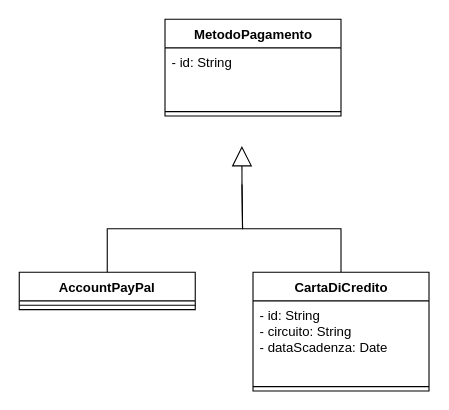
Earlier version of the draw.io diagram Diagrammi_UML/Metodo_Pagamento.drawio (JosephBoom02/Progetto_Ingegneria_del_Software). Source tidied: cells renumbered, new cells numbered last; positions are measured from the earlier drawing's top-left corner, leaving out a move shared by most shapes. Both pictures are drawn from the tidied source at 110%, with x=0, y=0 at pixel (19, 19).
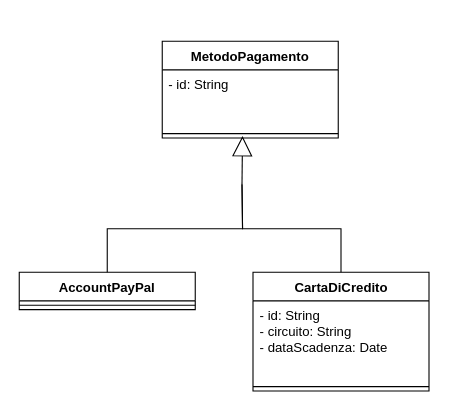
After the change.

What changed in the source:
```diff
@@
 <mxGraphModel>
   <root>
     <mxCell id="0" />
     <mxCell id="1" parent="0" />
     <mxCell id="2" value="MetodoPagamento" style="swimlane;fontStyle=1;align=center;verticalAlign=top;horizontal=1;startSize=26;whiteSpace=wrap;html=1;" parent="1" vertex="1">
-      <mxGeometry x="132.5" width="160" height="88" as="geometry" />
+      <mxGeometry x="130" y="20" width="160" height="88" as="geometry" />
     </mxCell>
     <mxCell id="3" value="&lt;div&gt;- id: String&lt;/div&gt;&lt;div&gt;&lt;br&gt;&lt;/div&gt;" style="text;strokeColor=none;fillColor=none;align=left;verticalAlign=top;spacingLeft=4;spacingRight=4;overflow=hidden;whiteSpace=wrap;html=1;" parent="2" vertex="1">
       <mxGeometry y="26" width="160" height="54" as="geometry" />
     </mxCell>
     <mxCell id="4" style="line;strokeWidth=1;fillColor=none;align=left;verticalAlign=middle;spacingTop=-1;spacingLeft=3;spacingRight=3;labelPosition=right;points=[];portConstraint=eastwest;strokeColor=inherit;" parent="2" vertex="1">
       <mxGeometry y="80" width="160" height="8" as="geometry" />
     </mxCell>
     <mxCell id="5" value="AccountPayPal" style="swimlane;fontStyle=1;align=center;verticalAlign=top;horizontal=1;startSize=26;whiteSpace=wrap;html=1;" parent="1" vertex="1">
       <mxGeometry y="230" width="160" height="34" as="geometry" />
     </mxCell>
     <mxCell id="6" style="line;strokeWidth=1;fillColor=none;align=left;verticalAlign=middle;spacingTop=-1;spacingLeft=3;spacingRight=3;labelPosition=right;strokeColor=inherit;" parent="5" vertex="1">
       <mxGeometry y="26" width="160" height="8" as="geometry" />
     </mxCell>
     <mxCell id="7" value="CartaDiCredito" style="swimlane;fontStyle=1;align=center;verticalAlign=top;horizontal=1;startSize=26;whiteSpace=wrap;html=1;" parent="1" vertex="1">
       <mxGeometry x="212.5" y="230" width="160" height="108" as="geometry" />
     </mxCell>
     <mxCell id="8" value="&lt;div&gt;- id: String&lt;/div&gt;&lt;div&gt;- circuito: String&lt;/div&gt;&lt;div&gt;- dataScadenza: Date&lt;br&gt;&lt;/div&gt;&lt;div&gt;&lt;br&gt;&lt;/div&gt;" style="text;strokeColor=none;fillColor=none;align=left;verticalAlign=top;spacingLeft=4;spacingRight=4;overflow=hidden;whiteSpace=wrap;html=1;" parent="7" vertex="1">
       <mxGeometry y="26" width="160" height="74" as="geometry" />
     </mxCell>
     <mxCell id="9" style="line;strokeWidth=1;fillColor=none;align=left;verticalAlign=middle;spacingTop=-1;spacingLeft=3;spacingRight=3;labelPosition=right;strokeColor=inherit;" parent="7" vertex="1">
       <mxGeometry y="100" width="160" height="8" as="geometry" />
     </mxCell>
     <mxCell id="10" style="endArrow=none;html=1;rounded=0;edgeStyle=orthogonalEdgeStyle;exitX=0.5;exitY=0;exitDx=0;exitDy=0;" parent="1" edge="1" source="5">
       <mxGeometry relative="1" as="geometry">
         <mxPoint x="202.5" y="150" as="targetPoint" />
       </mxGeometry>
     </mxCell>
     <mxCell id="11" style="endArrow=none;html=1;rounded=0;edgeStyle=orthogonalEdgeStyle;exitX=0.5;exitY=0;exitDx=0;exitDy=0;" parent="1" edge="1" source="7">
       <mxGeometry relative="1" as="geometry">
         <mxPoint x="202.5" y="150" as="targetPoint" />
       </mxGeometry>
     </mxCell>
-    <mxCell id="12" style="endArrow=block;endSize=16;endFill=0;html=1;rounded=0;entryX=0.437;entryY=1.047;entryDx=0;entryDy=0;entryPerimeter=0;" parent="1" edge="1">
+    <mxCell id="12" style="endArrow=block;endSize=16;endFill=0;html=1;rounded=0;entryX=0.456;entryY=0.764;entryDx=0;entryDy=0;entryPerimeter=0;" parent="1" edge="1" target="4">
       <mxGeometry relative="1" as="geometry">
         <mxPoint x="202.5" y="150" as="sourcePoint" />
-        <mxPoint x="202.4" y="115.2" as="targetPoint" />
       </mxGeometry>
     </mxCell>
   </root>
 </mxGraphModel>
```
